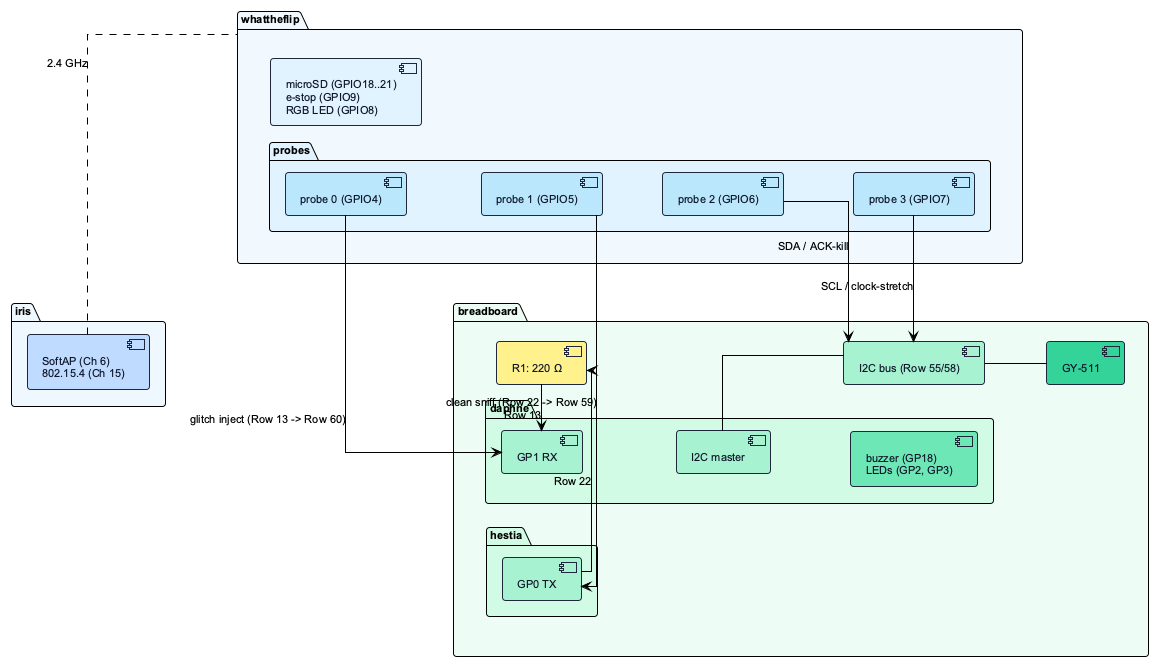
Before: reports/diagrams/hardware_interconnect.png, a diagram exported from PlantUML (adoreblvnk/whattheflip).
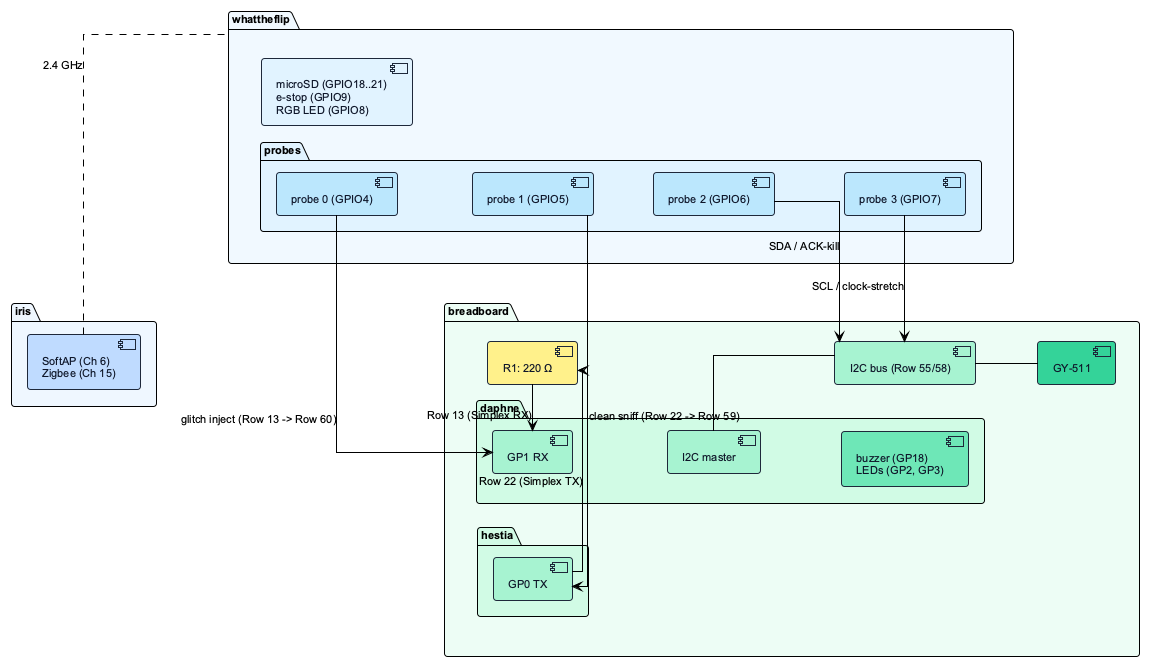
The same diagram one commit later.

Commit message:
feat(topology): single-line simplex UART link, directional arrows, and causal topology bar

Change to the diagram source:
```diff
@@ -48,8 +48,8 @@
     component "I2C bus (Row 55/58)" as BUS #A7F3D0
     component "GY-511" as IMU #34D399
 
-    A_PINS -right-> R1 : Row 22
-    R1 -right-> B_RX : Row 13
+    A_PINS -right-> R1 : Row 22 (Simplex TX)
+    R1 -right-> B_RX : Row 13 (Simplex RX)
     B_I2C -- BUS
     BUS -- IMU
 }
@@ -60,7 +60,7 @@
 P3 -right-> BUS : SCL / clock-stretch
 
 package "iris" as WV #EFF6FF {
-    component "SoftAP (Ch 6)\n802.15.4 (Ch 15)" as RF #BFDBFE
+    component "SoftAP (Ch 6)\nZigbee (Ch 15)" as RF #BFDBFE
 }
 
 RF -.- TOOL : 2.4 GHz
```
